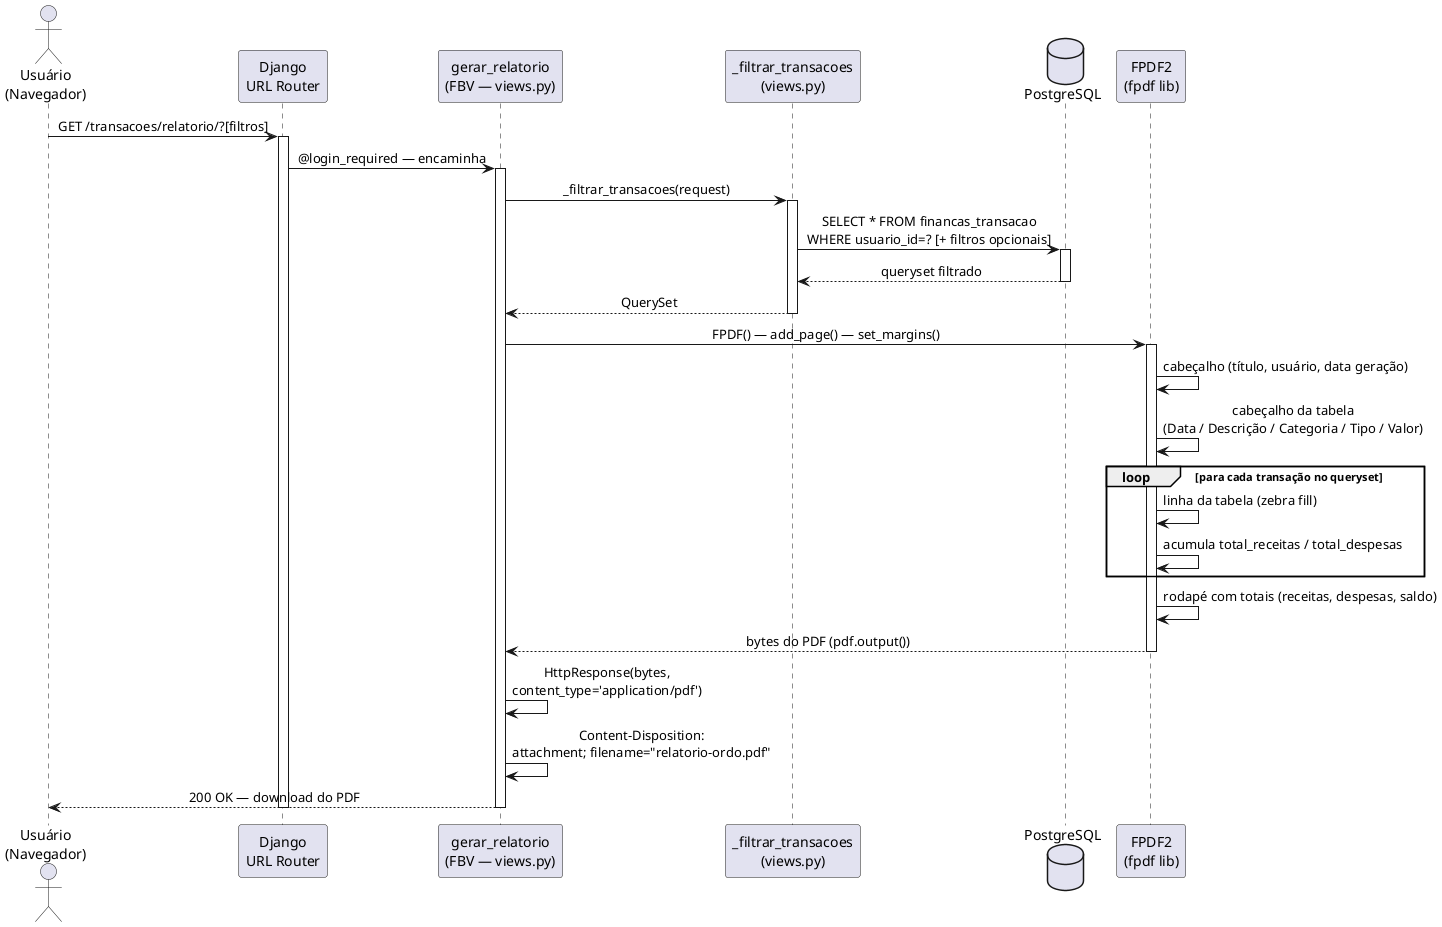
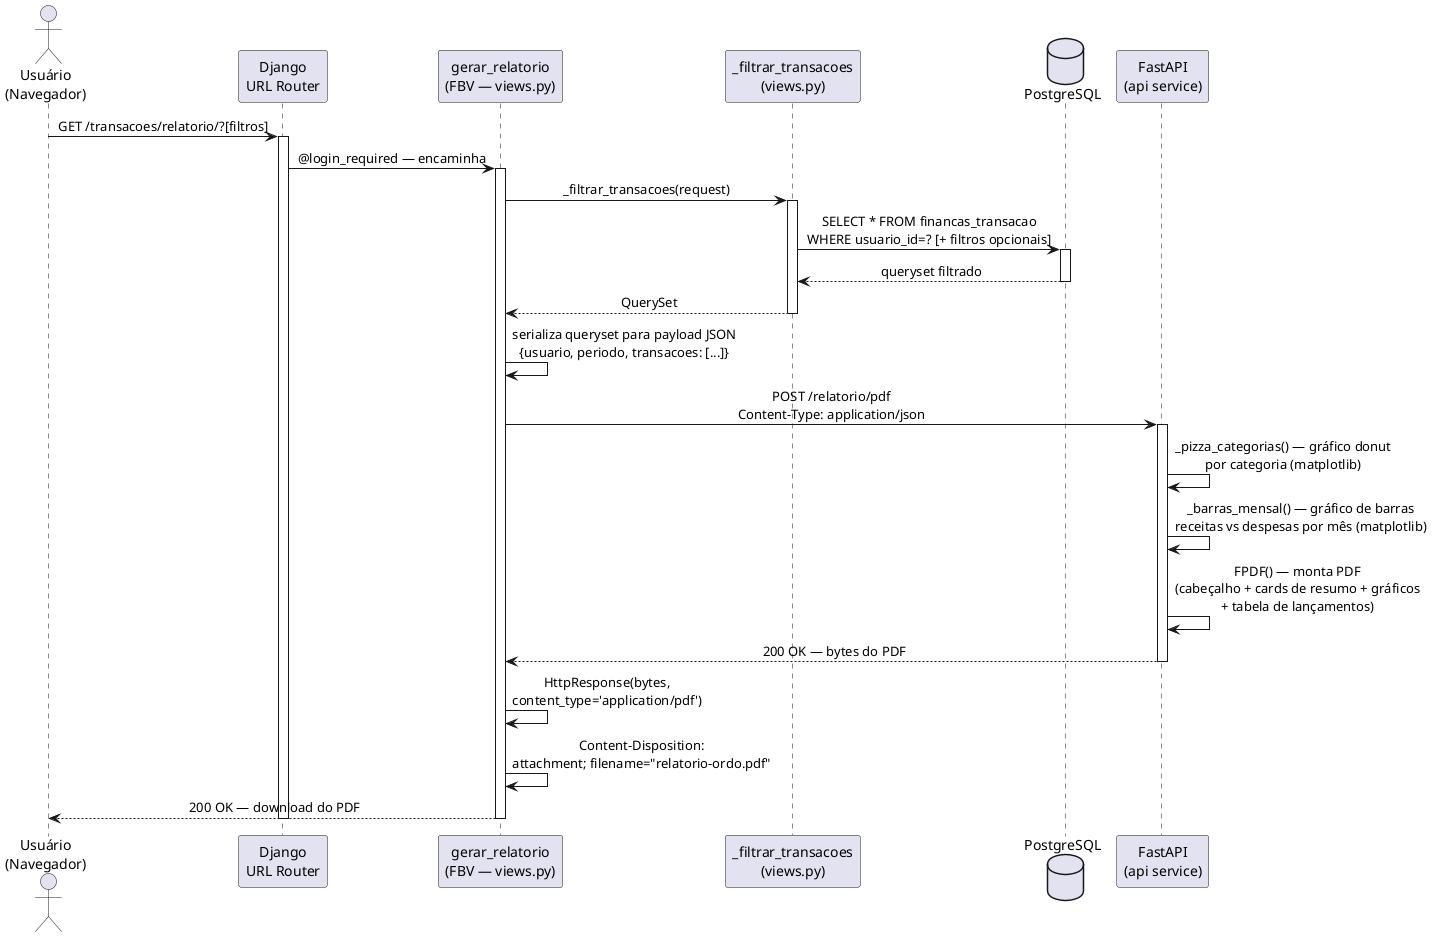
@startuml seq_relatorio_pdf
skinparam sequenceMessageAlign center
skinparam responseMessageBelowArrow true

actor "Usuário\n(Navegador)" as Browser
participant "Django\nURL Router" as Router
participant "gerar_relatorio\n(FBV — views.py)" as View
participant "_filtrar_transacoes\n(views.py)" as Filter
database "PostgreSQL" as DB
- participant "FPDF2\n(fpdf lib)" as PDF
+ participant "FastAPI\n(api service)" as API

Browser -> Router : GET /transacoes/relatorio/?[filtros]
activate Router
Router -> View : @login_required — encaminha
activate View

View -> Filter : _filtrar_transacoes(request)
activate Filter
Filter -> DB : SELECT * FROM financas_transacao\nWHERE usuario_id=? [+ filtros opcionais]
activate DB
DB --> Filter : queryset filtrado
deactivate DB
Filter --> View : QuerySet
deactivate Filter

- View -> PDF : FPDF() — add_page() — set_margins()
- activate PDF
- PDF -> PDF : cabeçalho (título, usuário, data geração)
- PDF -> PDF : cabeçalho da tabela\n(Data / Descrição / Categoria / Tipo / Valor)
- loop para cada transação no queryset
-   PDF -> PDF : linha da tabela (zebra fill)
-   PDF -> PDF : acumula total_receitas / total_despesas
- end
- PDF -> PDF : rodapé com totais (receitas, despesas, saldo)
- PDF --> View : bytes do PDF (pdf.output())
- deactivate PDF
+ View -> View : serializa queryset para payload JSON\n{usuario, periodo, transacoes: [...]}
+ 
+ View -> API : POST /relatorio/pdf\nContent-Type: application/json
+ activate API
+ 
+ API -> API : _pizza_categorias() — gráfico donut\npor categoria (matplotlib)
+ API -> API : _barras_mensal() — gráfico de barras\nreceitas vs despesas por mês (matplotlib)
+ API -> API : FPDF() — monta PDF\n(cabeçalho + cards de resumo + gráficos\n+ tabela de lançamentos)
+ API --> View : 200 OK — bytes do PDF
+ deactivate API

View -> View : HttpResponse(bytes,\ncontent_type='application/pdf')
View -> View : Content-Disposition:\nattachment; filename="relatorio-ordo.pdf"
View --> Browser : 200 OK — download do PDF
deactivate View
deactivate Router

@enduml
